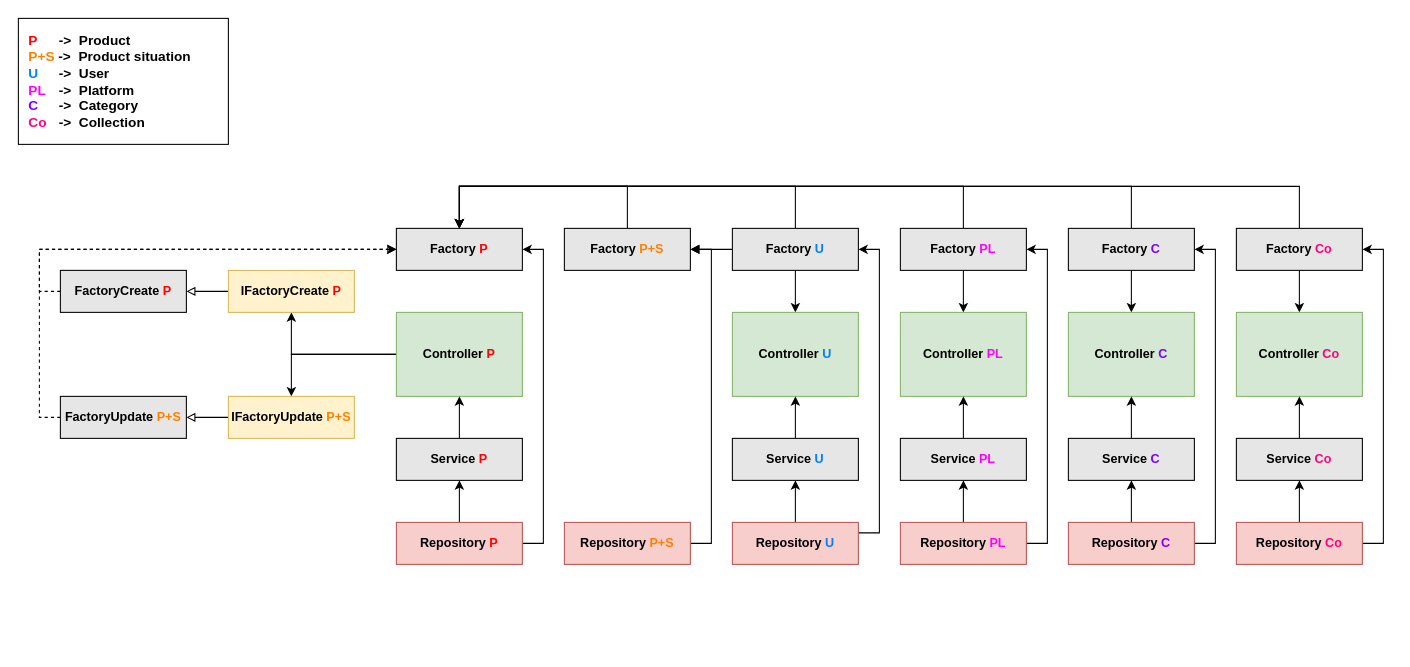
Earlier version of the draw.io diagram src/main/resources/warehouse.drawio (Rafael24595/java-warehouse-rest). Source tidied: cells renumbered, new cells numbered last; positions are measured from the earlier drawing's top-left corner, leaving out a move shared by most shapes. Both pictures are drawn from the tidied source at 105%, with x=0, y=0 at pixel (18, 18).
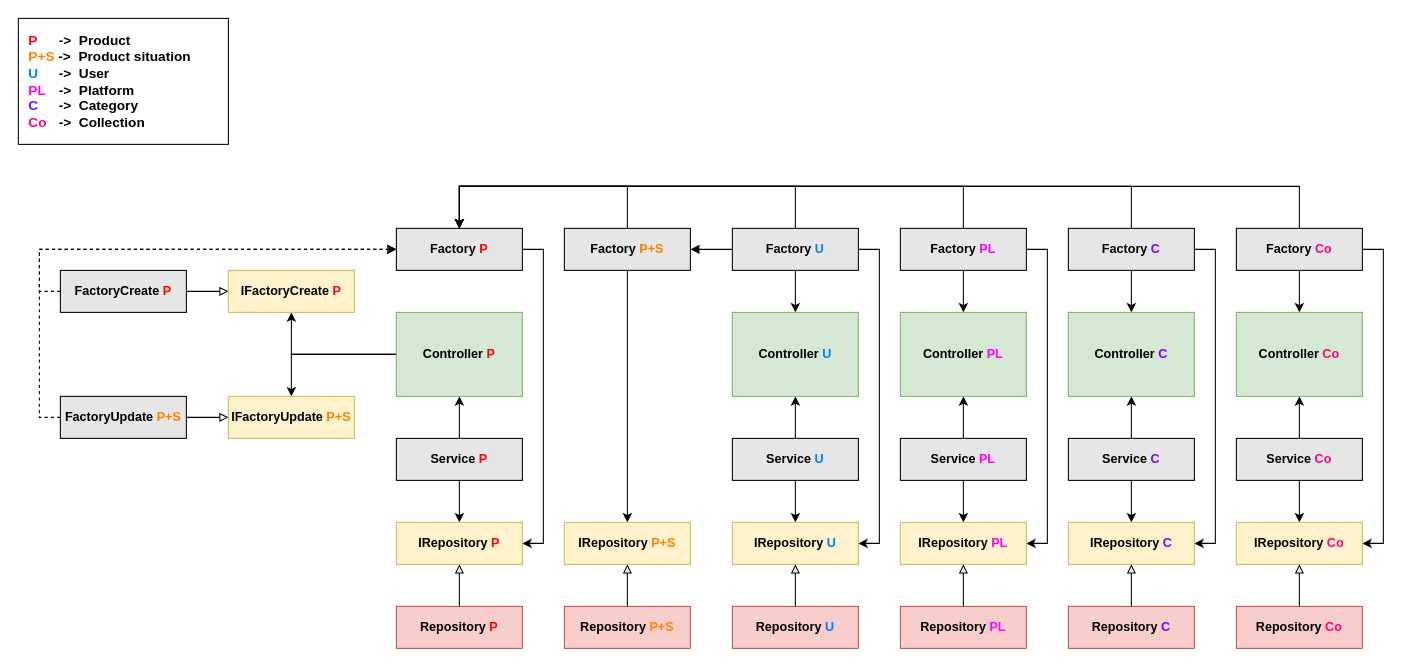
The same diagram, later.

Commit message:
[FEATURE] Project structure updated.

The change refers to these unchanged cells:
```xml
<mxCell id="5" value="Factory &lt;font color=&quot;#007fff&quot;&gt;U&lt;/font&gt;" style="rounded=0;whiteSpace=wrap;html=1;fontStyle=1;fillColor=#E6E6E6;" parent="1" vertex="1">
  <mxGeometry x="680" y="200" width="120" height="40" as="geometry" />
</mxCell>
<mxCell id="8" value="Factory &lt;font color=&quot;#ff00ff&quot;&gt;PL&lt;/font&gt;" style="rounded=0;whiteSpace=wrap;html=1;fontStyle=1;fillColor=#E6E6E6;" parent="1" vertex="1">
  <mxGeometry x="840" y="200" width="120" height="40" as="geometry" />
</mxCell>
<mxCell id="11" value="Factory &lt;font color=&quot;#7f00ff&quot;&gt;C&lt;/font&gt;" style="rounded=0;whiteSpace=wrap;html=1;fontStyle=1;fillColor=#E6E6E6;" parent="1" vertex="1">
  <mxGeometry x="1000" y="200" width="120" height="40" as="geometry" />
</mxCell>
<mxCell id="15" value="Factory &lt;font color=&quot;#ff8000&quot;&gt;P+S&lt;/font&gt;" style="rounded=0;whiteSpace=wrap;html=1;fontStyle=1;fillColor=#E6E6E6;" parent="1" vertex="1">
  <mxGeometry x="520" y="200" width="120" height="40" as="geometry" />
</mxCell>
<mxCell id="22" value="Service &lt;font color=&quot;#007fff&quot;&gt;U&lt;/font&gt;" style="rounded=0;whiteSpace=wrap;html=1;fontStyle=1;fillColor=#E6E6E6;" parent="1" vertex="1">
  <mxGeometry x="680" y="400" width="120" height="40" as="geometry" />
</mxCell>
<mxCell id="26" value="Service &lt;font color=&quot;#ff00ff&quot;&gt;PL&lt;/font&gt;" style="rounded=0;whiteSpace=wrap;html=1;fontStyle=1;fillColor=#E6E6E6;" parent="1" vertex="1">
  <mxGeometry x="840" y="400" width="120" height="40" as="geometry" />
</mxCell>
<mxCell id="28" value="Service &lt;font color=&quot;#7f00ff&quot;&gt;C&lt;/font&gt;" style="rounded=0;whiteSpace=wrap;html=1;fontStyle=1;fillColor=#E6E6E6;" parent="1" vertex="1">
  <mxGeometry x="1000" y="400" width="120" height="40" as="geometry" />
</mxCell>
<mxCell id="37" value="Factory &lt;font color=&quot;#ff0080&quot;&gt;Co&lt;/font&gt;" style="rounded=0;whiteSpace=wrap;html=1;fontStyle=1;fillColor=#E6E6E6;" parent="1" vertex="1">
  <mxGeometry x="1160" y="200" width="120" height="40" as="geometry" />
</mxCell>
<mxCell id="40" value="Service &lt;font color=&quot;#ff0080&quot;&gt;Co&lt;/font&gt;" style="rounded=0;whiteSpace=wrap;html=1;fontStyle=1;fillColor=#E6E6E6;" parent="1" vertex="1">
  <mxGeometry x="1160" y="400" width="120" height="40" as="geometry" />
</mxCell>
<mxCell id="44" value="Factory &lt;font color=&quot;#ff0000&quot;&gt;P&lt;/font&gt;" style="rounded=0;whiteSpace=wrap;html=1;fontStyle=1;fillColor=#E6E6E6;" parent="1" vertex="1">
  <mxGeometry x="360" y="200" width="120" height="40" as="geometry" />
</mxCell>
<mxCell id="46" value="FactoryUpdate&amp;nbsp;&lt;font color=&quot;#ff8000&quot;&gt;P+S&lt;/font&gt;" style="rounded=0;whiteSpace=wrap;html=1;fontStyle=1;fillColor=#E6E6E6;" parent="1" vertex="1">
  <mxGeometry x="40" y="360" width="120" height="40" as="geometry" />
</mxCell>
<mxCell id="51" value="Service &lt;font color=&quot;#ff0000&quot;&gt;P&lt;/font&gt;" style="rounded=0;whiteSpace=wrap;html=1;fontStyle=1;fillColor=#E6E6E6;" parent="1" vertex="1">
  <mxGeometry x="360" y="400" width="120" height="40" as="geometry" />
</mxCell>
<mxCell id="56" value="FactoryCreate&amp;nbsp;&lt;font color=&quot;#ff0000&quot;&gt;P&lt;/font&gt;" style="rounded=0;whiteSpace=wrap;html=1;fontStyle=1;fillColor=#E6E6E6;" parent="1" vertex="1">
  <mxGeometry x="40" y="240" width="120" height="40" as="geometry" />
</mxCell>
<mxCell id="58" value="IFactoryCreate&amp;nbsp;&lt;font color=&quot;#ff0000&quot;&gt;P&lt;/font&gt;" style="rounded=0;whiteSpace=wrap;html=1;fontStyle=1;fillColor=#fff2cc;strokeColor=#d6b656;" parent="1" vertex="1">
  <mxGeometry x="200" y="240" width="120" height="40" as="geometry" />
</mxCell>
<mxCell id="60" value="IFactoryUpdate&amp;nbsp;&lt;font color=&quot;#ff8000&quot;&gt;P+S&lt;/font&gt;" style="rounded=0;whiteSpace=wrap;html=1;fontStyle=1;fillColor=#fff2cc;strokeColor=#d6b656;" parent="1" vertex="1">
  <mxGeometry x="200" y="360" width="120" height="40" as="geometry" />
</mxCell>
```

The edit, as a diff of the source:
```diff
@@
+    <mxCell id="61" style="edgeStyle=orthogonalEdgeStyle;rounded=0;jettySize=auto;html=1;entryX=1;entryY=0.5;entryDx=0;entryDy=0;fontColor=#FF8000;endArrow=classic;endFill=1;" parent="1" edge="1" source="5" target="24">
+      <mxGeometry relative="1" as="geometry">
+        <Array as="points">
+          <mxPoint x="820" y="220" />
+          <mxPoint x="820" y="500" />
+        </Array>
+      </mxGeometry>
+    </mxCell>
@@
+    <mxCell id="62" style="edgeStyle=orthogonalEdgeStyle;rounded=0;jettySize=auto;html=1;entryX=1;entryY=0.5;entryDx=0;entryDy=0;fontColor=#FF8000;endArrow=classic;endFill=1;" parent="1" edge="1" source="8" target="31">
+      <mxGeometry relative="1" as="geometry">
+        <Array as="points">
+          <mxPoint x="980" y="220" />
+          <mxPoint x="980" y="500" />
+        </Array>
+      </mxGeometry>
+    </mxCell>
@@
+    <mxCell id="63" style="edgeStyle=orthogonalEdgeStyle;rounded=0;jettySize=auto;html=1;entryX=1;entryY=0.5;entryDx=0;entryDy=0;fontColor=#FF8000;endArrow=classic;endFill=1;" parent="1" edge="1" source="11" target="34">
+      <mxGeometry relative="1" as="geometry">
+        <Array as="points">
+          <mxPoint x="1140" y="220" />
+          <mxPoint x="1140" y="500" />
+        </Array>
+      </mxGeometry>
+    </mxCell>
@@
-    <mxCell id="12" style="edgeStyle=orthogonalEdgeStyle;rounded=0;jettySize=auto;html=1;entryX=1;entryY=0.5;entryDx=0;entryDy=0;endArrow=block;endFill=1;" parent="1" edge="1" source="13" target="15">
-      <mxGeometry relative="1" as="geometry">
-        <Array as="points">
-          <mxPoint x="660" y="500" />
-          <mxPoint x="660" y="220" />
-        </Array>
-      </mxGeometry>
-    </mxCell>
+    <mxCell id="64" style="edgeStyle=orthogonalEdgeStyle;rounded=0;jettySize=auto;html=1;fontColor=#FF8000;endArrow=block;endFill=0;" parent="1" edge="1" source="13" target="77">
+      <mxGeometry relative="1" as="geometry" />
+    </mxCell>
     <mxCell id="13" value="Repository &lt;font color=&quot;#ff8000&quot;&gt;P+S&lt;/font&gt;" style="rounded=0;whiteSpace=wrap;html=1;fontStyle=1;fillColor=#f8cecc;strokeColor=#b85450;" parent="1" vertex="1">
-      <mxGeometry x="520" y="480" width="120" height="40" as="geometry" />
+      <mxGeometry x="520" y="560" width="120" height="40" as="geometry" />
     </mxCell>
@@
+    <mxCell id="65" style="edgeStyle=orthogonalEdgeStyle;rounded=0;jettySize=auto;html=1;entryX=0.5;entryY=0;entryDx=0;entryDy=0;fontColor=#FF8000;endArrow=classic;endFill=1;" parent="1" edge="1" source="15" target="77">
+      <mxGeometry relative="1" as="geometry" />
+    </mxCell>
@@
-    <mxCell id="21" style="edgeStyle=orthogonalEdgeStyle;rounded=0;jumpStyle=none;jettySize=auto;html=1;exitX=1;exitY=0.25;exitDx=0;exitDy=0;entryX=1;entryY=0.5;entryDx=0;entryDy=0;fontSize=12;fontColor=#007FFF;endArrow=classic;endFill=1;" parent="1" edge="1" source="24" target="5">
-      <mxGeometry relative="1" as="geometry" />
-    </mxCell>
+    <mxCell id="66" style="edgeStyle=orthogonalEdgeStyle;rounded=0;jettySize=auto;html=1;entryX=0.5;entryY=0;entryDx=0;entryDy=0;fontColor=#FF8000;endArrow=classic;endFill=1;" parent="1" edge="1" source="22" target="24">
+      <mxGeometry relative="1" as="geometry" />
+    </mxCell>
@@
-    <mxCell id="23" style="edgeStyle=orthogonalEdgeStyle;rounded=0;jumpStyle=none;jettySize=auto;html=1;fontSize=12;fontColor=#007FFF;endArrow=classic;endFill=1;" parent="1" edge="1" source="24" target="22">
-      <mxGeometry relative="1" as="geometry" />
-    </mxCell>
-    <mxCell id="24" value="Repository &lt;font color=&quot;#007fff&quot;&gt;U&lt;/font&gt;" style="rounded=0;whiteSpace=wrap;html=1;fontStyle=1;fillColor=#f8cecc;strokeColor=#b85450;" parent="1" vertex="1">
+    <mxCell id="24" value="IRepository &lt;font color=&quot;#007fff&quot;&gt;U&lt;/font&gt;" style="rounded=0;whiteSpace=wrap;html=1;fontStyle=1;fillColor=#fff2cc;strokeColor=#d6b656;" parent="1" vertex="1">
       <mxGeometry x="680" y="480" width="120" height="40" as="geometry" />
     </mxCell>
@@
+    <mxCell id="67" style="edgeStyle=orthogonalEdgeStyle;rounded=0;jettySize=auto;html=1;fontColor=#FF8000;endArrow=classic;endFill=1;" parent="1" edge="1" source="26" target="31">
+      <mxGeometry relative="1" as="geometry" />
+    </mxCell>
@@
+    <mxCell id="68" style="edgeStyle=orthogonalEdgeStyle;rounded=0;jettySize=auto;html=1;exitX=0.5;exitY=1;exitDx=0;exitDy=0;entryX=0.5;entryY=0;entryDx=0;entryDy=0;fontColor=#FF8000;endArrow=classic;endFill=1;" parent="1" edge="1" source="28" target="34">
+      <mxGeometry relative="1" as="geometry" />
+    </mxCell>
@@
-    <mxCell id="29" style="edgeStyle=orthogonalEdgeStyle;rounded=0;jumpStyle=none;jettySize=auto;html=1;entryX=0.5;entryY=1;entryDx=0;entryDy=0;fontSize=12;fontColor=#7F00FF;endArrow=classic;endFill=1;" parent="1" edge="1" source="31" target="26">
-      <mxGeometry relative="1" as="geometry" />
-    </mxCell>
-    <mxCell id="30" style="edgeStyle=orthogonalEdgeStyle;rounded=0;jettySize=auto;html=1;entryX=1;entryY=0.5;entryDx=0;entryDy=0;" parent="1" edge="1" source="31" target="8">
-      <mxGeometry relative="1" as="geometry">
-        <Array as="points">
-          <mxPoint x="980" y="500" />
-          <mxPoint x="980" y="220" />
-        </Array>
-      </mxGeometry>
-    </mxCell>
-    <mxCell id="31" value="Repository &lt;font color=&quot;#ff00ff&quot;&gt;PL&lt;/font&gt;" style="rounded=0;whiteSpace=wrap;html=1;fontStyle=1;fillColor=#f8cecc;strokeColor=#b85450;" parent="1" vertex="1">
+    <mxCell id="31" value="IRepository &lt;font color=&quot;#ff00ff&quot;&gt;PL&lt;/font&gt;" style="rounded=0;whiteSpace=wrap;html=1;fontStyle=1;fillColor=#fff2cc;strokeColor=#d6b656;" parent="1" vertex="1">
       <mxGeometry x="840" y="480" width="120" height="40" as="geometry" />
     </mxCell>
-    <mxCell id="32" style="edgeStyle=orthogonalEdgeStyle;rounded=0;jumpStyle=none;jettySize=auto;html=1;entryX=0.5;entryY=1;entryDx=0;entryDy=0;fontSize=12;fontColor=#7F00FF;endArrow=classic;endFill=1;" parent="1" edge="1" source="34" target="28">
-      <mxGeometry relative="1" as="geometry" />
-    </mxCell>
-    <mxCell id="33" style="edgeStyle=orthogonalEdgeStyle;rounded=0;jettySize=auto;html=1;entryX=1;entryY=0.5;entryDx=0;entryDy=0;" parent="1" edge="1" source="34" target="11">
-      <mxGeometry relative="1" as="geometry">
-        <Array as="points">
-          <mxPoint x="1140" y="500" />
-          <mxPoint x="1140" y="220" />
-        </Array>
-      </mxGeometry>
-    </mxCell>
-    <mxCell id="34" value="Repository&amp;nbsp;&lt;span style=&quot;color: rgb(127, 0, 255);&quot;&gt;C&lt;/span&gt;" style="rounded=0;whiteSpace=wrap;html=1;fontStyle=1;fillColor=#f8cecc;strokeColor=#b85450;" parent="1" vertex="1">
+    <mxCell id="34" value="IRepository&amp;nbsp;&lt;span style=&quot;color: rgb(127, 0, 255);&quot;&gt;C&lt;/span&gt;" style="rounded=0;whiteSpace=wrap;html=1;fontStyle=1;fillColor=#fff2cc;strokeColor=#d6b656;" parent="1" vertex="1">
       <mxGeometry x="1000" y="480" width="120" height="40" as="geometry" />
     </mxCell>
@@
+    <mxCell id="69" style="edgeStyle=orthogonalEdgeStyle;rounded=0;jettySize=auto;html=1;entryX=1;entryY=0.5;entryDx=0;entryDy=0;fontColor=#FF8000;endArrow=classic;endFill=1;" parent="1" edge="1" source="37" target="43">
+      <mxGeometry relative="1" as="geometry">
+        <Array as="points">
+          <mxPoint x="1300" y="220" />
+          <mxPoint x="1300" y="500" />
+        </Array>
+      </mxGeometry>
+    </mxCell>
@@
+    <mxCell id="70" style="edgeStyle=orthogonalEdgeStyle;rounded=0;jettySize=auto;html=1;entryX=0.5;entryY=0;entryDx=0;entryDy=0;fontColor=#FF8000;endArrow=classic;endFill=1;" parent="1" edge="1" source="40" target="43">
+      <mxGeometry relative="1" as="geometry" />
+    </mxCell>
@@
-    <mxCell id="41" style="edgeStyle=orthogonalEdgeStyle;rounded=0;jumpStyle=none;jettySize=auto;html=1;entryX=0.5;entryY=1;entryDx=0;entryDy=0;fontSize=12;fontColor=#7F00FF;endArrow=classic;endFill=1;" parent="1" edge="1" source="43" target="40">
-      <mxGeometry relative="1" as="geometry" />
-    </mxCell>
-    <mxCell id="42" style="edgeStyle=orthogonalEdgeStyle;rounded=0;jettySize=auto;html=1;entryX=1;entryY=0.5;entryDx=0;entryDy=0;" parent="1" edge="1" source="43" target="37">
-      <mxGeometry relative="1" as="geometry">
-        <Array as="points">
-          <mxPoint x="1300" y="500" />
-          <mxPoint x="1300" y="220" />
-        </Array>
-      </mxGeometry>
-    </mxCell>
-    <mxCell id="43" value="Repository&amp;nbsp;&lt;font color=&quot;#ff0080&quot;&gt;Co&lt;/font&gt;" style="rounded=0;whiteSpace=wrap;html=1;fontStyle=1;fillColor=#f8cecc;strokeColor=#b85450;" parent="1" vertex="1">
+    <mxCell id="43" value="IRepository&amp;nbsp;&lt;font color=&quot;#ff0080&quot;&gt;Co&lt;/font&gt;" style="rounded=0;whiteSpace=wrap;html=1;fontStyle=1;fillColor=#fff2cc;strokeColor=#d6b656;" parent="1" vertex="1">
       <mxGeometry x="1160" y="480" width="120" height="40" as="geometry" />
     </mxCell>
+    <mxCell id="71" style="edgeStyle=orthogonalEdgeStyle;rounded=0;jettySize=auto;html=1;entryX=1;entryY=0.5;entryDx=0;entryDy=0;fontColor=#FF8000;endArrow=classic;endFill=1;" parent="1" edge="1" source="44" target="76">
+      <mxGeometry relative="1" as="geometry">
+        <Array as="points">
+          <mxPoint x="500" y="220" />
+          <mxPoint x="500" y="500" />
+        </Array>
+      </mxGeometry>
+    </mxCell>
@@
+    <mxCell id="72" style="edgeStyle=orthogonalEdgeStyle;rounded=0;jettySize=auto;html=1;exitX=1;exitY=0.5;exitDx=0;exitDy=0;entryX=0;entryY=0.5;entryDx=0;entryDy=0;fontColor=#FF8000;endArrow=block;endFill=0;" parent="1" edge="1" source="46" target="60">
+      <mxGeometry relative="1" as="geometry" />
+    </mxCell>
@@
+    <mxCell id="73" style="edgeStyle=orthogonalEdgeStyle;rounded=0;jettySize=auto;html=1;entryX=0.5;entryY=0;entryDx=0;entryDy=0;fontColor=#FF8000;endArrow=classic;endFill=1;" parent="1" edge="1" source="51" target="76">
+      <mxGeometry relative="1" as="geometry" />
+    </mxCell>
@@
-    <mxCell id="52" style="edgeStyle=orthogonalEdgeStyle;rounded=0;jettySize=auto;html=1;entryX=1;entryY=0.5;entryDx=0;entryDy=0;endArrow=classic;endFill=1;" parent="1" edge="1" source="54" target="44">
-      <mxGeometry relative="1" as="geometry">
-        <Array as="points">
-          <mxPoint x="500" y="500" />
-          <mxPoint x="500" y="220" />
-        </Array>
-      </mxGeometry>
-    </mxCell>
-    <mxCell id="53" style="edgeStyle=orthogonalEdgeStyle;rounded=0;jettySize=auto;html=1;endArrow=classic;endFill=1;" parent="1" edge="1" source="54" target="51">
-      <mxGeometry relative="1" as="geometry" />
-    </mxCell>
+    <mxCell id="74" style="edgeStyle=orthogonalEdgeStyle;rounded=0;jettySize=auto;html=1;entryX=0.5;entryY=1;entryDx=0;entryDy=0;fontColor=#FF8000;endArrow=block;endFill=0;" parent="1" edge="1" source="54" target="76">
+      <mxGeometry relative="1" as="geometry" />
+    </mxCell>
     <mxCell id="54" value="Repository &lt;font color=&quot;#ff0000&quot;&gt;P&lt;/font&gt;" style="rounded=0;whiteSpace=wrap;html=1;fontStyle=1;fillColor=#f8cecc;strokeColor=#b85450;" parent="1" vertex="1">
-      <mxGeometry x="360" y="480" width="120" height="40" as="geometry" />
+      <mxGeometry x="360" y="560" width="120" height="40" as="geometry" />
     </mxCell>
@@
+    <mxCell id="75" style="edgeStyle=orthogonalEdgeStyle;rounded=0;jettySize=auto;html=1;exitX=1;exitY=0.5;exitDx=0;exitDy=0;entryX=0;entryY=0.5;entryDx=0;entryDy=0;fontColor=#FF8000;endArrow=block;endFill=0;" parent="1" edge="1" source="56" target="58">
+      <mxGeometry relative="1" as="geometry" />
+    </mxCell>
@@
-    <mxCell id="57" style="edgeStyle=orthogonalEdgeStyle;rounded=0;jettySize=auto;html=1;entryX=1;entryY=0.5;entryDx=0;entryDy=0;fontColor=#FF8000;endArrow=block;endFill=0;" parent="1" edge="1" source="58" target="56">
-      <mxGeometry relative="1" as="geometry" />
-    </mxCell>
@@
-    <mxCell id="59" style="edgeStyle=orthogonalEdgeStyle;rounded=0;jettySize=auto;html=1;fontColor=#FF8000;endArrow=block;endFill=0;" parent="1" edge="1" source="60" target="46">
-      <mxGeometry relative="1" as="geometry" />
-    </mxCell>
@@
+    <mxCell id="76" value="IRepository &lt;font color=&quot;#ff0000&quot;&gt;P&lt;/font&gt;" style="rounded=0;whiteSpace=wrap;html=1;fontStyle=1;fillColor=#fff2cc;strokeColor=#d6b656;" parent="1" vertex="1">
+      <mxGeometry x="360" y="480" width="120" height="40" as="geometry" />
+    </mxCell>
+    <mxCell id="77" value="IRepository &lt;font color=&quot;#ff8000&quot;&gt;P+S&lt;/font&gt;" style="rounded=0;whiteSpace=wrap;html=1;fontStyle=1;fillColor=#fff2cc;strokeColor=#d6b656;" parent="1" vertex="1">
+      <mxGeometry x="520" y="480" width="120" height="40" as="geometry" />
+    </mxCell>
+    <mxCell id="78" style="edgeStyle=orthogonalEdgeStyle;rounded=0;jettySize=auto;html=1;fontColor=#FF8000;endArrow=block;endFill=0;" parent="1" edge="1" source="79" target="24">
+      <mxGeometry relative="1" as="geometry" />
+    </mxCell>
+    <mxCell id="79" value="Repository &lt;font color=&quot;#007fff&quot;&gt;U&lt;/font&gt;" style="rounded=0;whiteSpace=wrap;html=1;fontStyle=1;fillColor=#f8cecc;strokeColor=#b85450;" parent="1" vertex="1">
+      <mxGeometry x="680" y="560" width="120" height="40" as="geometry" />
+    </mxCell>
+    <mxCell id="80" style="edgeStyle=orthogonalEdgeStyle;rounded=0;jettySize=auto;html=1;fontColor=#FF8000;endArrow=block;endFill=0;" parent="1" edge="1" source="81" target="31">
+      <mxGeometry relative="1" as="geometry" />
+    </mxCell>
+    <mxCell id="81" value="Repository &lt;font color=&quot;#ff00ff&quot;&gt;PL&lt;/font&gt;" style="rounded=0;whiteSpace=wrap;html=1;fontStyle=1;fillColor=#f8cecc;strokeColor=#b85450;" parent="1" vertex="1">
+      <mxGeometry x="840" y="560" width="120" height="40" as="geometry" />
+    </mxCell>
+    <mxCell id="82" style="edgeStyle=orthogonalEdgeStyle;rounded=0;jettySize=auto;html=1;fontColor=#FF8000;endArrow=block;endFill=0;" parent="1" edge="1" source="83" target="34">
+      <mxGeometry relative="1" as="geometry" />
+    </mxCell>
+    <mxCell id="83" value="Repository&amp;nbsp;&lt;span style=&quot;color: rgb(127, 0, 255);&quot;&gt;C&lt;/span&gt;" style="rounded=0;whiteSpace=wrap;html=1;fontStyle=1;fillColor=#f8cecc;strokeColor=#b85450;" parent="1" vertex="1">
+      <mxGeometry x="1000" y="560" width="120" height="40" as="geometry" />
+    </mxCell>
+    <mxCell id="84" style="edgeStyle=orthogonalEdgeStyle;rounded=0;jettySize=auto;html=1;fontColor=#FF8000;endArrow=block;endFill=0;" parent="1" edge="1" source="85" target="43">
+      <mxGeometry relative="1" as="geometry" />
+    </mxCell>
+    <mxCell id="85" value="Repository&amp;nbsp;&lt;font color=&quot;#ff0080&quot;&gt;Co&lt;/font&gt;" style="rounded=0;whiteSpace=wrap;html=1;fontStyle=1;fillColor=#f8cecc;strokeColor=#b85450;" parent="1" vertex="1">
+      <mxGeometry x="1160" y="560" width="120" height="40" as="geometry" />
+    </mxCell>
```
